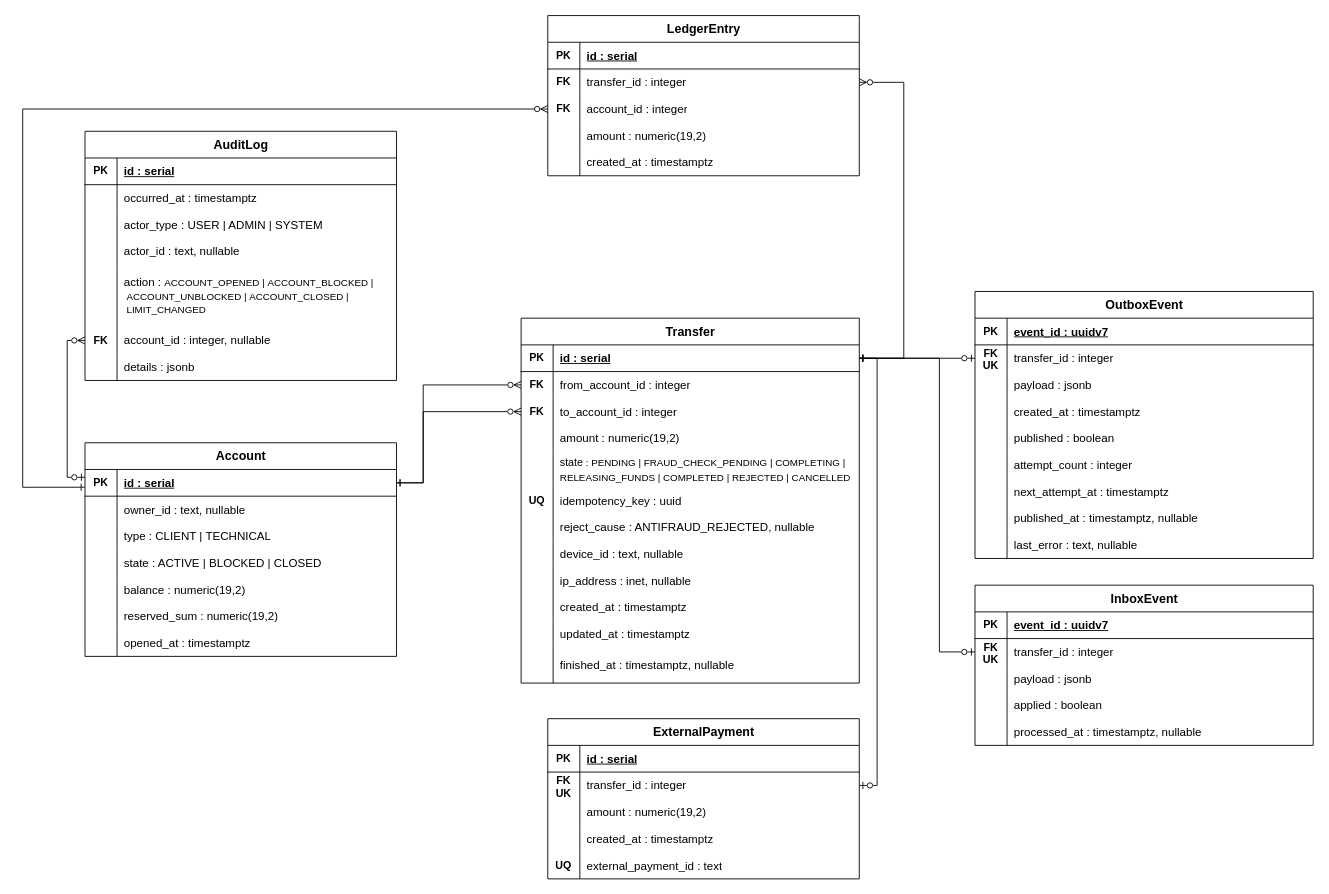
Above: page "Money" (2 of 3) of backend/docs/data-models/source/datalogic.drawio in georgeboiko/e-bank (draw.io), before the change. Source tidied: cells renumbered, new cells numbered last; positions are measured from the earlier drawing's top-left corner, leaving out a move shared by most shapes. Both pictures are drawn from the tidied source at 89%, with x=0, y=0 at pixel (22, 15).
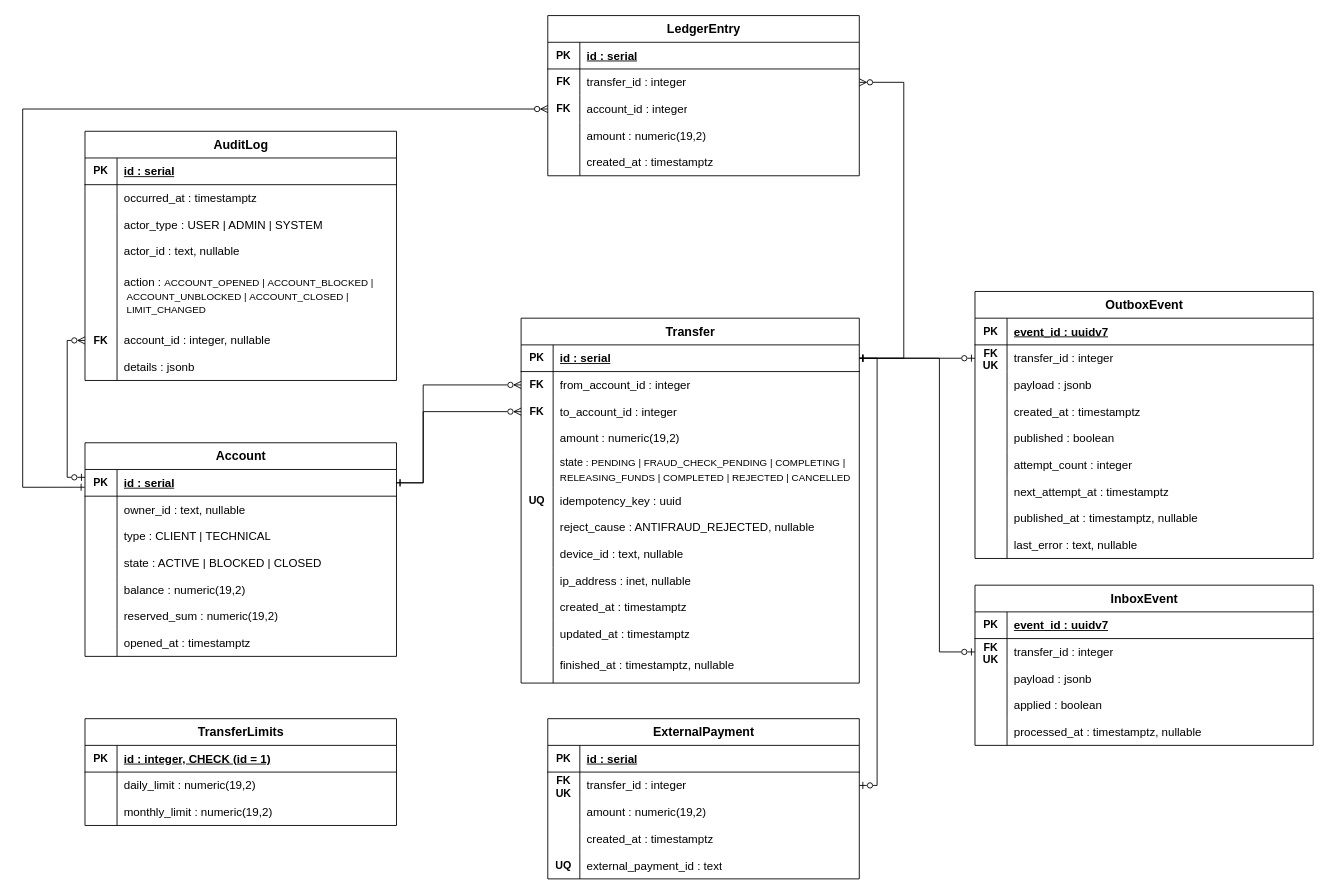
After the change.

What changed in the source:
```diff
@@
+    <mxCell id="167" value="TransferLimits" style="shape=table;startSize=30;childLayout=tableLayout;rowLines=0;fontStyle=1;align=center;html=1;fillColor=#FFFFFF;strokeColor=#000000;fontColor=#000000;fontSize=14;" parent="1" vertex="1">
+      <mxGeometry x="70" y="790" width="350" height="120" as="geometry" />
+    </mxCell>
+    <mxCell id="168" style="shape=tableRow;horizontal=0;startSize=0;swimlaneHead=0;swimlaneBody=0;fillColor=none;top=0;left=0;right=0;bottom=1;" parent="167" vertex="1">
+      <mxGeometry y="30" width="350" height="30" as="geometry" />
+    </mxCell>
+    <mxCell id="169" value="PK" style="shape=partialRectangle;fillColor=none;top=0;left=0;bottom=0;right=0;fontStyle=1;overflow=hidden;whiteSpace=wrap;html=1;fontSize=12;" parent="168" vertex="1">
+      <mxGeometry width="36" height="30" as="geometry" />
+    </mxCell>
+    <mxCell id="170" value="id : integer, CHECK (id = 1)" style="shape=partialRectangle;fillColor=none;top=0;left=0;bottom=0;right=0;align=left;spacingLeft=6;fontStyle=5;overflow=hidden;whiteSpace=wrap;html=1;fontSize=13;" parent="168" vertex="1">
+      <mxGeometry x="36" width="314" height="30" as="geometry" />
+    </mxCell>
+    <mxCell id="171" style="shape=tableRow;horizontal=0;startSize=0;swimlaneHead=0;swimlaneBody=0;fillColor=none;top=0;left=0;right=0;bottom=0;" parent="167" vertex="1">
+      <mxGeometry y="60" width="350" height="30" as="geometry" />
+    </mxCell>
+    <mxCell id="172" style="shape=partialRectangle;fillColor=none;top=0;left=0;bottom=0;right=0;fontStyle=1;overflow=hidden;whiteSpace=wrap;html=1;fontSize=12;" parent="171" vertex="1">
+      <mxGeometry width="36" height="30" as="geometry" />
+    </mxCell>
+    <mxCell id="173" value="daily_limit : numeric(19,2)" style="shape=partialRectangle;fillColor=none;top=0;left=0;bottom=0;right=0;align=left;spacingLeft=6;fontStyle=0;overflow=hidden;whiteSpace=wrap;html=1;fontSize=13;" parent="171" vertex="1">
+      <mxGeometry x="36" width="314" height="30" as="geometry" />
+    </mxCell>
+    <mxCell id="174" style="shape=tableRow;horizontal=0;startSize=0;swimlaneHead=0;swimlaneBody=0;fillColor=none;top=0;left=0;right=0;bottom=0;" parent="167" vertex="1">
+      <mxGeometry y="90" width="350" height="30" as="geometry" />
+    </mxCell>
+    <mxCell id="175" style="shape=partialRectangle;fillColor=none;top=0;left=0;bottom=0;right=0;fontStyle=1;overflow=hidden;whiteSpace=wrap;html=1;fontSize=12;" parent="174" vertex="1">
+      <mxGeometry width="36" height="30" as="geometry" />
+    </mxCell>
+    <mxCell id="176" value="monthly_limit : numeric(19,2)" style="shape=partialRectangle;fillColor=none;top=0;left=0;bottom=0;right=0;align=left;spacingLeft=6;fontStyle=0;overflow=hidden;whiteSpace=wrap;html=1;fontSize=13;" parent="174" vertex="1">
+      <mxGeometry x="36" width="314" height="30" as="geometry" />
+    </mxCell>
```
